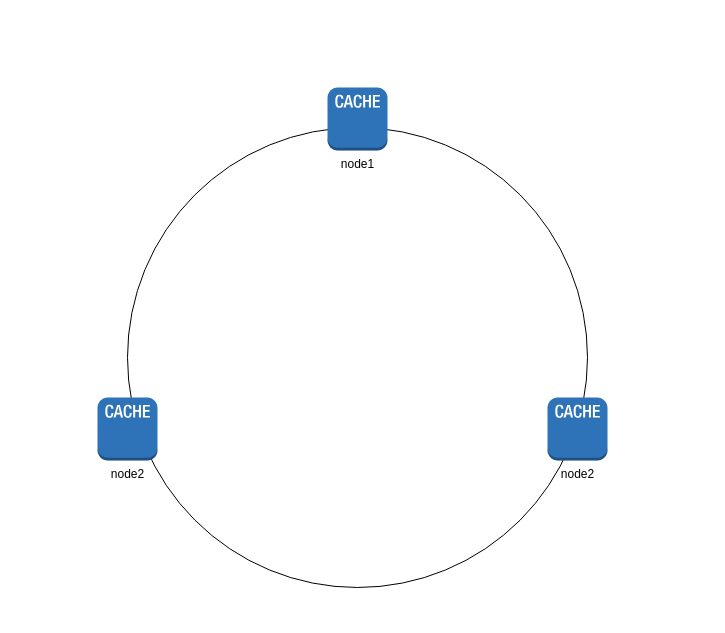
Above: 一致性hash/hash1.drawio in dogslee/draw (draw.io), before the change. Source tidied: cells renumbered, new cells numbered last; positions are measured from the earlier drawing's top-left corner, leaving out a move shared by most shapes. Both pictures are drawn from the tidied source at 100%, with x=0, y=0 at pixel (97, 87).
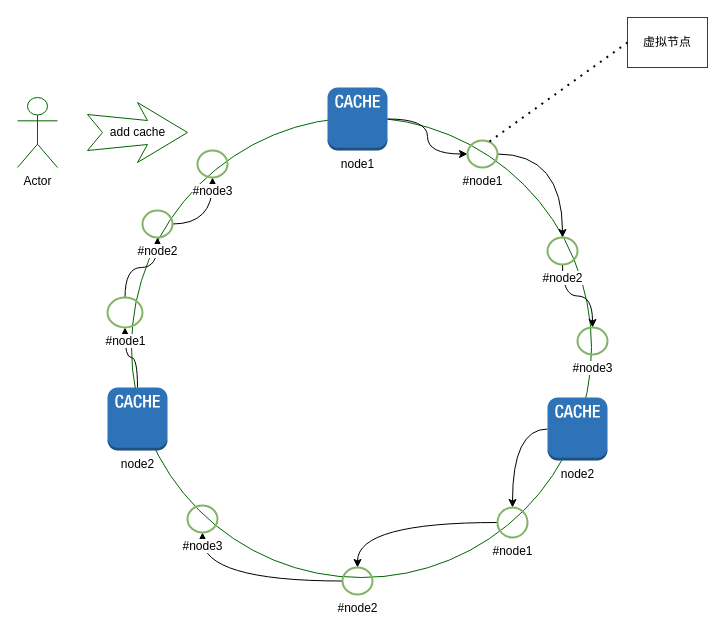
Above is the later version.

The change refers to these unchanged cells:
```xml
<mxCell id="4" value="node1&lt;br&gt;" style="outlineConnect=0;dashed=0;verticalLabelPosition=bottom;verticalAlign=top;align=center;html=1;shape=mxgraph.aws3.cache_node;fillColor=#2E73B8;gradientColor=none;" parent="1" vertex="1">
  <mxGeometry x="230" width="60" height="63" as="geometry" />
</mxCell>
<mxCell id="5" value="node2&lt;br&gt;" style="outlineConnect=0;dashed=0;verticalLabelPosition=bottom;verticalAlign=top;align=center;html=1;shape=mxgraph.aws3.cache_node;fillColor=#2E73B8;gradientColor=none;" parent="1" vertex="1">
  <mxGeometry x="450" y="310" width="60" height="63" as="geometry" />
</mxCell>
```

Diff of the diagram source:
```diff
@@
-    <mxCell id="2" style="ellipse;whiteSpace=wrap;html=1;" parent="1" vertex="1">
-      <mxGeometry x="30" y="40" width="460" height="460" as="geometry" />
+    <mxCell id="2" style="ellipse;whiteSpace=wrap;html=1;strokeColor=#006600;" parent="1" vertex="1">
+      <mxGeometry x="34" y="30" width="460" height="460" as="geometry" />
     </mxCell>
+    <mxCell id="6" style="edgeStyle=orthogonalEdgeStyle;curved=1;rounded=0;jettySize=auto;html=1;" parent="1" edge="1" source="3" target="22">
+      <mxGeometry relative="1" as="geometry" />
+    </mxCell>
     <mxCell id="3" value="node2&lt;br&gt;" style="outlineConnect=0;dashed=0;verticalLabelPosition=bottom;verticalAlign=top;align=center;html=1;shape=mxgraph.aws3.cache_node;fillColor=#2E73B8;gradientColor=none;" parent="1" vertex="1">
-      <mxGeometry y="310" width="60" height="63" as="geometry" />
+      <mxGeometry x="10" y="300" width="60" height="63" as="geometry" />
     </mxCell>
+    <mxCell id="7" style="edgeStyle=orthogonalEdgeStyle;curved=1;rounded=0;jettySize=auto;html=1;" parent="1" edge="1" source="4" target="12">
+      <mxGeometry relative="1" as="geometry" />
+    </mxCell>
@@
+    <mxCell id="8" style="edgeStyle=orthogonalEdgeStyle;curved=1;rounded=0;jettySize=auto;html=1;" parent="1" edge="1" source="5" target="17">
+      <mxGeometry relative="1" as="geometry" />
+    </mxCell>
@@
+    <mxCell id="9" value="Actor" style="shape=umlActor;verticalLabelPosition=bottom;verticalAlign=top;html=1;strokeColor=#006600;" parent="1" vertex="1">
+      <mxGeometry x="-80" y="10" width="40" height="70" as="geometry" />
+    </mxCell>
+    <mxCell id="10" value="add cache" style="html=1;shadow=0;dashed=0;align=center;verticalAlign=middle;shape=mxgraph.arrows2.stylisedArrow;dy=0.6;dx=40;notch=15;feather=0.4;strokeColor=#006600;" parent="1" vertex="1">
+      <mxGeometry x="-10" y="15" width="100" height="60" as="geometry" />
+    </mxCell>
+    <mxCell id="11" style="edgeStyle=orthogonalEdgeStyle;curved=1;rounded=0;jettySize=auto;html=1;" parent="1" edge="1" source="12" target="14">
+      <mxGeometry relative="1" as="geometry" />
+    </mxCell>
+    <mxCell id="12" value="#node1&lt;br&gt;" style="html=1;verticalLabelPosition=bottom;labelBackgroundColor=#ffffff;verticalAlign=top;shadow=0;dashed=0;strokeWidth=2;shape=mxgraph.ios7.misc.circle;strokeColor=#82b366;fillColor=#d5e8d4;" parent="1" vertex="1">
+      <mxGeometry x="370" y="53" width="30" height="27" as="geometry" />
+    </mxCell>
+    <mxCell id="13" style="edgeStyle=orthogonalEdgeStyle;curved=1;rounded=0;jettySize=auto;html=1;entryX=0.5;entryY=0;entryDx=0;entryDy=0;entryPerimeter=0;" parent="1" edge="1" source="14" target="15">
+      <mxGeometry relative="1" as="geometry" />
+    </mxCell>
+    <mxCell id="14" value="#node2" style="html=1;verticalLabelPosition=bottom;labelBackgroundColor=#ffffff;verticalAlign=top;shadow=0;dashed=0;strokeWidth=2;shape=mxgraph.ios7.misc.circle;strokeColor=#82b366;fillColor=#d5e8d4;" parent="1" vertex="1">
+      <mxGeometry x="450" y="150" width="30" height="27" as="geometry" />
+    </mxCell>
+    <mxCell id="15" value="#node3&lt;br&gt;" style="html=1;verticalLabelPosition=bottom;labelBackgroundColor=#ffffff;verticalAlign=top;shadow=0;dashed=0;strokeWidth=2;shape=mxgraph.ios7.misc.circle;strokeColor=#82b366;fillColor=#d5e8d4;" parent="1" vertex="1">
+      <mxGeometry x="480" y="240" width="30" height="27" as="geometry" />
+    </mxCell>
+    <mxCell id="16" style="edgeStyle=orthogonalEdgeStyle;curved=1;rounded=0;jettySize=auto;html=1;" parent="1" edge="1" source="17" target="19">
+      <mxGeometry relative="1" as="geometry" />
+    </mxCell>
+    <mxCell id="17" value="#node1" style="html=1;verticalLabelPosition=bottom;labelBackgroundColor=#ffffff;verticalAlign=top;shadow=0;dashed=0;strokeWidth=2;shape=mxgraph.ios7.misc.circle;strokeColor=#82b366;fillColor=#d5e8d4;" parent="1" vertex="1">
+      <mxGeometry x="400" y="420" width="30" height="30" as="geometry" />
+    </mxCell>
+    <mxCell id="18" style="edgeStyle=orthogonalEdgeStyle;curved=1;rounded=0;jettySize=auto;html=1;" parent="1" edge="1" source="19" target="20">
+      <mxGeometry relative="1" as="geometry" />
+    </mxCell>
+    <mxCell id="19" value="#node2&lt;br&gt;" style="html=1;verticalLabelPosition=bottom;labelBackgroundColor=#ffffff;verticalAlign=top;shadow=0;dashed=0;strokeWidth=2;shape=mxgraph.ios7.misc.circle;strokeColor=#82b366;fillColor=#d5e8d4;" parent="1" vertex="1">
+      <mxGeometry x="245" y="480" width="30" height="27" as="geometry" />
+    </mxCell>
+    <mxCell id="20" value="#node3&lt;br&gt;" style="html=1;verticalLabelPosition=bottom;labelBackgroundColor=#ffffff;verticalAlign=top;shadow=0;dashed=0;strokeWidth=2;shape=mxgraph.ios7.misc.circle;strokeColor=#82b366;fillColor=#d5e8d4;" parent="1" vertex="1">
+      <mxGeometry x="90" y="418" width="30" height="27" as="geometry" />
+    </mxCell>
+    <mxCell id="21" style="edgeStyle=orthogonalEdgeStyle;curved=1;rounded=0;jettySize=auto;html=1;" parent="1" edge="1" source="22" target="24">
+      <mxGeometry relative="1" as="geometry" />
+    </mxCell>
+    <mxCell id="22" value="#node1" style="html=1;verticalLabelPosition=bottom;labelBackgroundColor=#ffffff;verticalAlign=top;shadow=0;dashed=0;strokeWidth=2;shape=mxgraph.ios7.misc.circle;strokeColor=#82b366;fillColor=#d5e8d4;" parent="1" vertex="1">
+      <mxGeometry x="10" y="210" width="35" height="30" as="geometry" />
+    </mxCell>
+    <mxCell id="23" style="edgeStyle=orthogonalEdgeStyle;curved=1;rounded=0;jettySize=auto;html=1;" parent="1" edge="1" source="24" target="25">
+      <mxGeometry relative="1" as="geometry" />
+    </mxCell>
+    <mxCell id="24" value="#node2" style="html=1;verticalLabelPosition=bottom;labelBackgroundColor=#ffffff;verticalAlign=top;shadow=0;dashed=0;strokeWidth=2;shape=mxgraph.ios7.misc.circle;strokeColor=#82b366;fillColor=#d5e8d4;" parent="1" vertex="1">
+      <mxGeometry x="45" y="123" width="30" height="27" as="geometry" />
+    </mxCell>
+    <mxCell id="25" value="#node3&lt;br&gt;" style="html=1;verticalLabelPosition=bottom;labelBackgroundColor=#ffffff;verticalAlign=top;shadow=0;dashed=0;strokeWidth=2;shape=mxgraph.ios7.misc.circle;strokeColor=#82b366;fillColor=#d5e8d4;" parent="1" vertex="1">
+      <mxGeometry x="100" y="63" width="30" height="27" as="geometry" />
+    </mxCell>
+    <mxCell id="26" value="虚拟节点" style="rounded=0;whiteSpace=wrap;html=1;strokeColor=#006600;" parent="1" vertex="1">
+      <mxGeometry x="530" y="-70" width="80" height="50" as="geometry" />
+    </mxCell>
+    <mxCell id="27" style="endArrow=none;dashed=1;html=1;dashPattern=1 3;strokeWidth=2;entryX=0;entryY=0.5;entryDx=0;entryDy=0;exitX=0.733;exitY=0.037;exitDx=0;exitDy=0;exitPerimeter=0;" parent="1" edge="1" source="12" target="26">
+      <mxGeometry relative="1" as="geometry" />
+    </mxCell>
```
